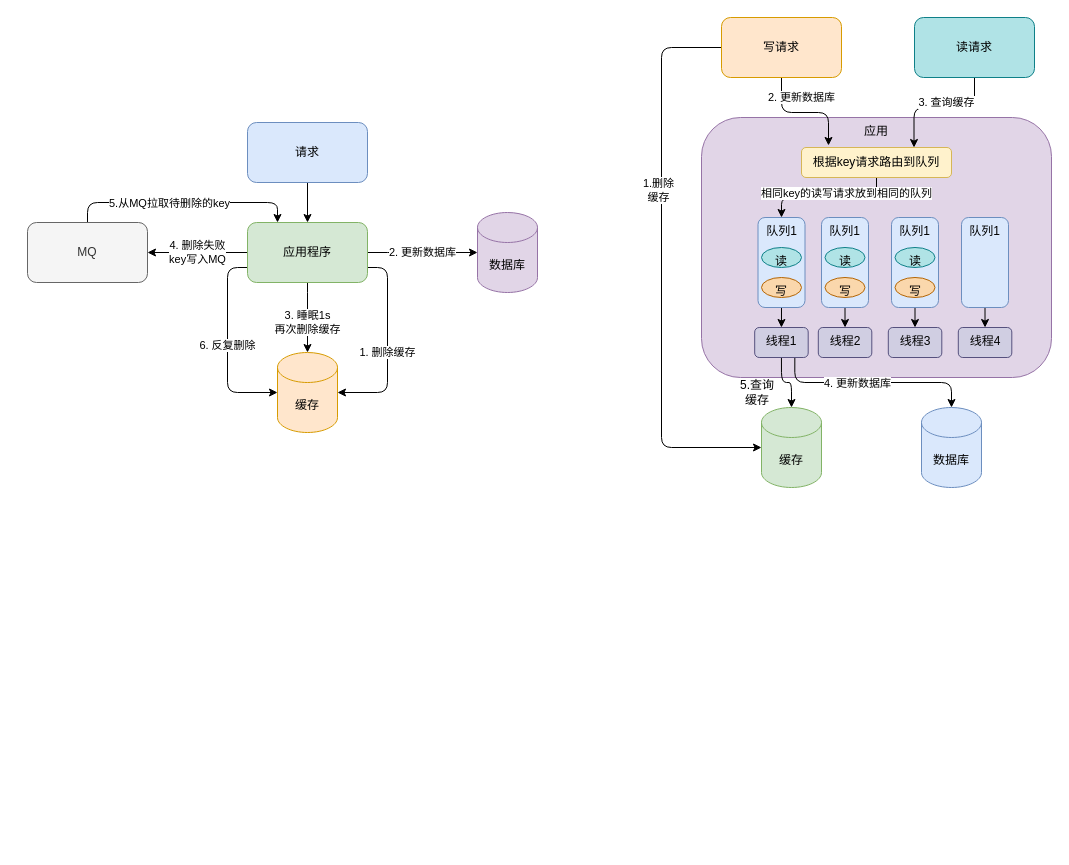
zhangtong0512/drawio keeps this draw.io diagram as page "MySQL和Redis双写一致性" (3 of 4) of FIBM项目绘图.drawio. Above is the earlier version. Source tidied: cells renumbered, new cells numbered last; positions are measured from the earlier drawing's top-left corner, leaving out a move shared by most shapes. Both pictures are drawn from the tidied source at 100%, with x=0, y=0 at pixel (27, 17).
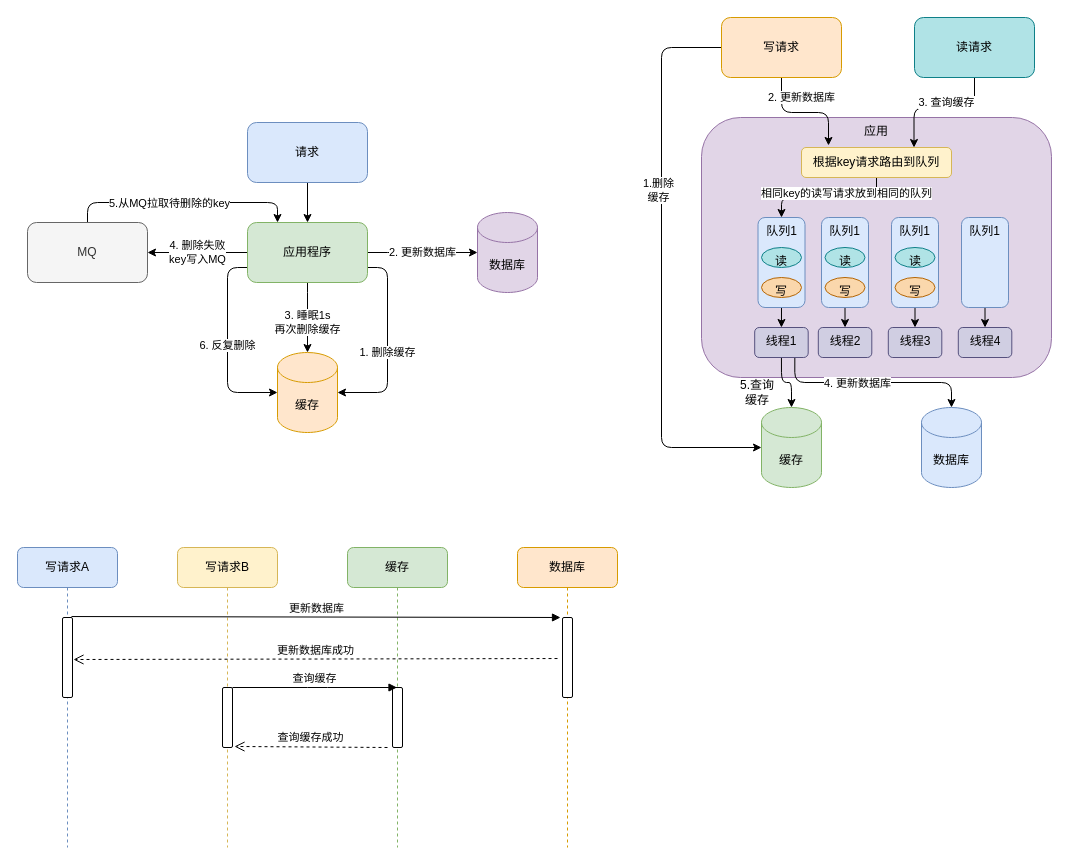
The same page after the edit.

Commit message:
更新FIBM项目绘图.drawio

Change to the diagram source:
```diff
@@
+    <mxCell id="50" value="写请求A" style="shape=umlLifeline;perimeter=lifelinePerimeter;whiteSpace=wrap;html=1;fillColor=#dae8fc;strokeColor=#6c8ebf;rounded=1;" parent="1" vertex="1">
+      <mxGeometry x="-10" y="530" width="100" height="300" as="geometry" />
+    </mxCell>
+    <mxCell id="51" style="html=1;points=[];perimeter=orthogonalPerimeter;rounded=1;" parent="50" vertex="1">
+      <mxGeometry x="45" y="70" width="10" height="80" as="geometry" />
+    </mxCell>
+    <mxCell id="52" value="写请求B" style="shape=umlLifeline;perimeter=lifelinePerimeter;whiteSpace=wrap;html=1;fillColor=#fff2cc;strokeColor=#d6b656;rounded=1;" parent="1" vertex="1">
+      <mxGeometry x="150" y="530" width="100" height="300" as="geometry" />
+    </mxCell>
+    <mxCell id="53" style="html=1;points=[];perimeter=orthogonalPerimeter;rounded=1;" parent="52" vertex="1">
+      <mxGeometry x="45" y="140" width="10" height="60" as="geometry" />
+    </mxCell>
+    <mxCell id="54" value="缓存" style="shape=umlLifeline;perimeter=lifelinePerimeter;whiteSpace=wrap;html=1;outlineConnect=0;fillColor=#d5e8d4;strokeColor=#82b366;rounded=1;" parent="1" vertex="1">
+      <mxGeometry x="320" y="530" width="100" height="300" as="geometry" />
+    </mxCell>
+    <mxCell id="55" style="html=1;points=[];perimeter=orthogonalPerimeter;rounded=1;" parent="54" vertex="1">
+      <mxGeometry x="45" y="140" width="10" height="60" as="geometry" />
+    </mxCell>
+    <mxCell id="56" value="数据库" style="shape=umlLifeline;perimeter=lifelinePerimeter;whiteSpace=wrap;html=1;fillColor=#ffe6cc;strokeColor=#d79b00;rounded=1;" parent="1" vertex="1">
+      <mxGeometry x="490" y="530" width="100" height="300" as="geometry" />
+    </mxCell>
+    <mxCell id="57" style="html=1;points=[];perimeter=orthogonalPerimeter;rounded=1;" parent="56" vertex="1">
+      <mxGeometry x="45" y="70" width="10" height="80" as="geometry" />
+    </mxCell>
+    <mxCell id="58" value="更新数据库" style="html=1;verticalAlign=bottom;endArrow=block;entryX=-0.2;entryY=0;entryDx=0;entryDy=0;entryPerimeter=0;exitX=0.9;exitY=-0.012;exitDx=0;exitDy=0;exitPerimeter=0;" parent="1" edge="1" source="51" target="57">
+      <mxGeometry relative="1" as="geometry" />
+    </mxCell>
+    <mxCell id="59" value="更新数据库成功" style="html=1;verticalAlign=bottom;endArrow=open;dashed=1;endSize=8;exitX=-0.5;exitY=0.513;exitDx=0;exitDy=0;exitPerimeter=0;entryX=1.1;entryY=0.525;entryDx=0;entryDy=0;entryPerimeter=0;" parent="1" edge="1" source="57" target="51">
+      <mxGeometry relative="1" as="geometry" />
+    </mxCell>
+    <mxCell id="60" value="查询缓存" style="html=1;verticalAlign=bottom;endArrow=block;" parent="1" edge="1" source="53" target="54">
+      <mxGeometry relative="1" as="geometry">
+        <Array as="points">
+          <mxPoint x="290" y="670" />
+        </Array>
+      </mxGeometry>
+    </mxCell>
+    <mxCell id="61" value="查询缓存成功" style="html=1;verticalAlign=bottom;endArrow=open;dashed=1;endSize=8;exitX=-0.5;exitY=1;exitDx=0;exitDy=0;exitPerimeter=0;entryX=1.2;entryY=0.983;entryDx=0;entryDy=0;entryPerimeter=0;" parent="1" edge="1" source="55" target="53">
+      <mxGeometry relative="1" as="geometry" />
+    </mxCell>
```
